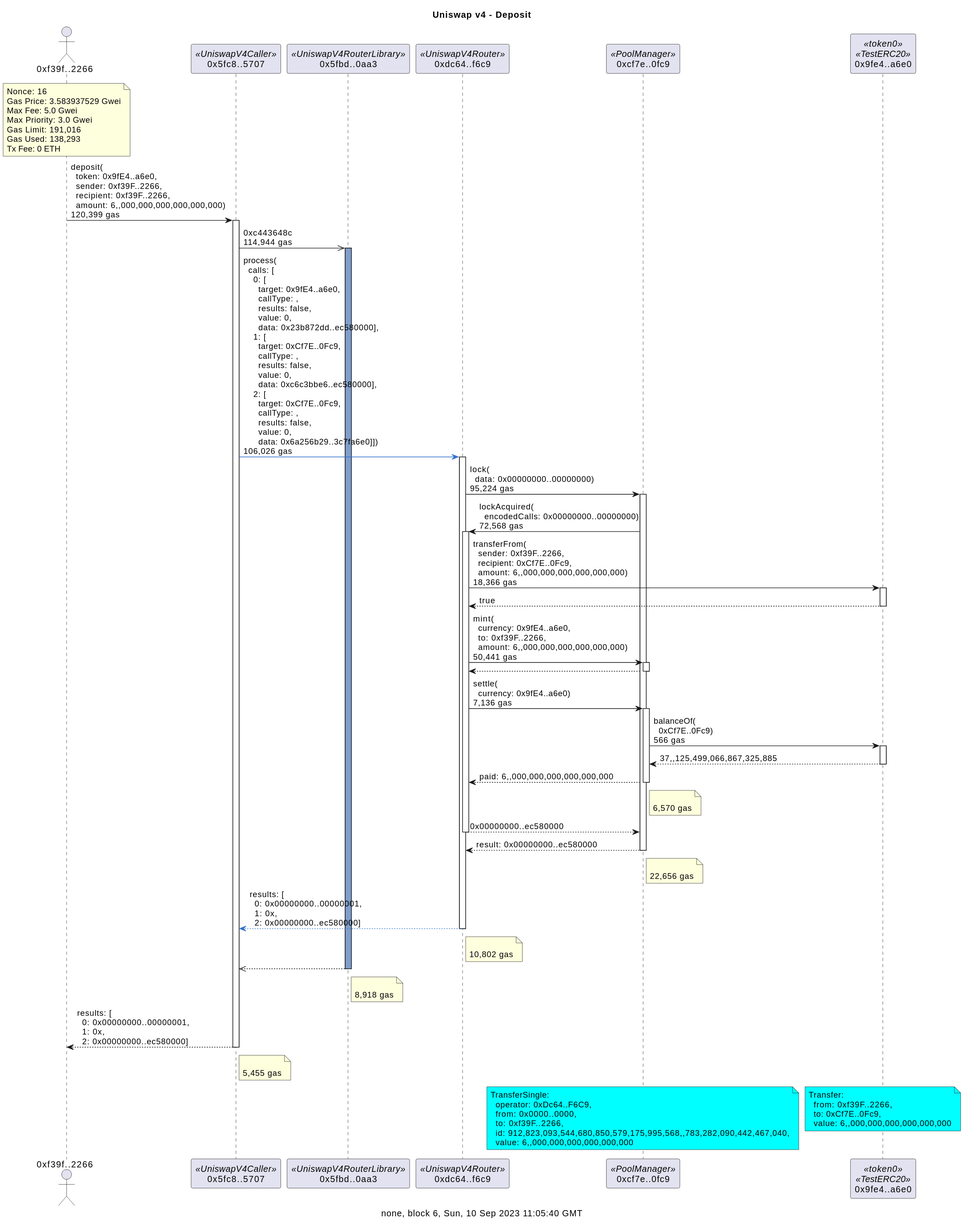
This is docs/depositDetailed.svg from naddison36/uniswap-v4-hooks, a PlantUML export, as it was before one commit. The source it was exported from:
```plantuml
@startuml
title Uniswap v4 - Deposit

caption none, block 6, Sun, 10 Sep 2023 11:05:40 GMT
actor "0xf39f..2266" as f39f2266
participant "0x5fc8..5707" as 5fc85707 <<UniswapV4Caller>>
participant "0x5fbd..0aa3" as 5fbd0aa3 <<UniswapV4RouterLibrary>>
participant "0xdc64..f6c9" as dc64f6c9 <<UniswapV4Router>>
participant "0xcf7e..0fc9" as cf7e0fc9 <<PoolManager>>
participant "0x9fe4..a6e0" as 9fe4a6e0 <<token0>><<TestERC20>>

note over f39f2266
Nonce: 16
Gas Price: 3.583937529 Gwei
Max Fee: 5.0 Gwei
Max Priority: 3.0 Gwei
Gas Limit: 191,016
Gas Used: 138,293
Tx Fee: 0 ETH
end note

f39f2266 -> 5fc85707: deposit(\n  token: 0x9fE4..a6e0,\n  sender: 0xf39F..2266,\n  recipient: 0xf39F..2266,\n  amount: 6,,000,000,000,000,000,000)\n120,399 gas
activate 5fc85707
5fc85707 ->> 5fbd0aa3: 0xc443648c\n114,944 gas
activate 5fbd0aa3 #809ECB
5fc85707 -[#3471CD]> dc64f6c9: process(\n  calls: [\n    0: [\n      target: 0x9fE4..a6e0,\n      callType: ,\n      results: false,\n      value: 0,\n      data: 0x23b872dd..ec580000],\n    1: [\n      target: 0xCf7E..0Fc9,\n      callType: ,\n      results: false,\n      value: 0,\n      data: 0xc6c3bbe6..ec580000],\n    2: [\n      target: 0xCf7E..0Fc9,\n      callType: ,\n      results: false,\n      value: 0,\n      data: 0x6a256b29..3c7fa6e0]])\n106,026 gas
activate dc64f6c9
dc64f6c9 -> cf7e0fc9: lock(\n  data: 0x00000000..00000000)\n95,224 gas
activate cf7e0fc9
cf7e0fc9 -> dc64f6c9: lockAcquired(\n  encodedCalls: 0x00000000..00000000)\n72,568 gas
activate dc64f6c9
dc64f6c9 -> 9fe4a6e0: transferFrom(\n  sender: 0xf39F..2266,\n  recipient: 0xCf7E..0Fc9,\n  amount: 6,,000,000,000,000,000,000)\n18,366 gas
activate 9fe4a6e0
return true
dc64f6c9 -> cf7e0fc9: mint(\n  currency: 0x9fE4..a6e0,\n  to: 0xf39F..2266,\n  amount: 6,,000,000,000,000,000,000)\n50,441 gas
activate cf7e0fc9
return
dc64f6c9 -> cf7e0fc9: settle(\n  currency: 0x9fE4..a6e0)\n7,136 gas
activate cf7e0fc9
cf7e0fc9 -> 9fe4a6e0: balanceOf(\n  0xCf7E..0Fc9)\n566 gas
activate 9fe4a6e0
return 37,,125,499,066,867,325,885
return paid: 6,,000,000,000,000,000,000
note right of cf7e0fc9: \n6,570 gas
return 0x00000000..ec580000
return result: 0x00000000..ec580000
note right of cf7e0fc9: \n22,656 gas
return results: [\n  0: 0x00000000..00000001,\n  1: 0x,\n  2: 0x00000000..ec580000]
note right of dc64f6c9: \n10,802 gas
return
note right of 5fbd0aa3: \n8,918 gas
return results: [\n  0: 0x00000000..00000001,\n  1: 0x,\n  2: 0x00000000..ec580000]
note right of 5fc85707: \n5,455 gas

note over cf7e0fc9 #aqua
TransferSingle:
  operator: 0xDc64..F6C9,
  from: 0x0000..0000,
  to: 0xf39F..2266,
  id: 912,823,093,544,680,850,579,175,995,568,,783,282,090,442,467,040,
  value: 6,,000,000,000,000,000,000
end note

/ note over 9fe4a6e0 #aqua
Transfer:
  from: 0xf39F..2266,
  to: 0xCf7E..0Fc9,
  value: 6,,000,000,000,000,000,000
end note
@enduml
```
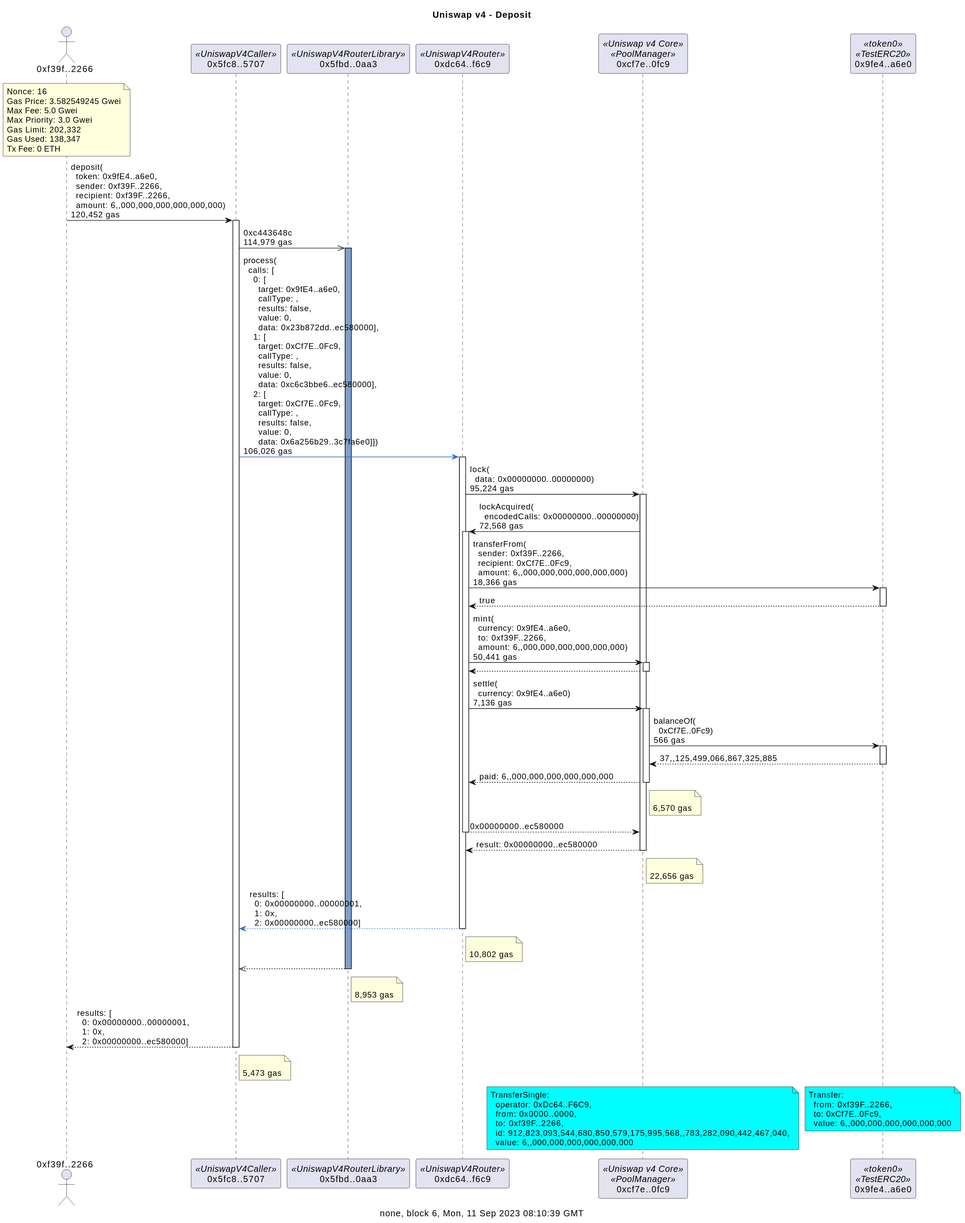
Above is the later version.

The edit, as a diff of the source:
```diff
@@ -1,27 +1,27 @@
 @startuml
 title Uniswap v4 - Deposit
 
-caption none, block 6, Sun, 10 Sep 2023 11:05:40 GMT
+caption none, block 6, Mon, 11 Sep 2023 08:10:39 GMT
 actor "0xf39f..2266" as f39f2266
 participant "0x5fc8..5707" as 5fc85707 <<UniswapV4Caller>>
 participant "0x5fbd..0aa3" as 5fbd0aa3 <<UniswapV4RouterLibrary>>
 participant "0xdc64..f6c9" as dc64f6c9 <<UniswapV4Router>>
-participant "0xcf7e..0fc9" as cf7e0fc9 <<PoolManager>>
+participant "0xcf7e..0fc9" as cf7e0fc9 <<Uniswap v4 Core>><<PoolManager>>
 participant "0x9fe4..a6e0" as 9fe4a6e0 <<token0>><<TestERC20>>
 
 note over f39f2266
 Nonce: 16
-Gas Price: 3.583937529 Gwei
+Gas Price: 3.582549245 Gwei
 Max Fee: 5.0 Gwei
 Max Priority: 3.0 Gwei
-Gas Limit: 191,016
-Gas Used: 138,293
+Gas Limit: 202,332
+Gas Used: 138,347
 Tx Fee: 0 ETH
 end note
 
-f39f2266 -> 5fc85707: deposit(\n  token: 0x9fE4..a6e0,\n  sender: 0xf39F..2266,\n  recipient: 0xf39F..2266,\n  amount: 6,,000,000,000,000,000,000)\n120,399 gas
+f39f2266 -> 5fc85707: deposit(\n  token: 0x9fE4..a6e0,\n  sender: 0xf39F..2266,\n  recipient: 0xf39F..2266,\n  amount: 6,,000,000,000,000,000,000)\n120,452 gas
 activate 5fc85707
-5fc85707 ->> 5fbd0aa3: 0xc443648c\n114,944 gas
+5fc85707 ->> 5fbd0aa3: 0xc443648c\n114,979 gas
 activate 5fbd0aa3 #809ECB
 5fc85707 -[#3471CD]> dc64f6c9: process(\n  calls: [\n    0: [\n      target: 0x9fE4..a6e0,\n      callType: ,\n      results: false,\n      value: 0,\n      data: 0x23b872dd..ec580000],\n    1: [\n      target: 0xCf7E..0Fc9,\n      callType: ,\n      results: false,\n      value: 0,\n      data: 0xc6c3bbe6..ec580000],\n    2: [\n      target: 0xCf7E..0Fc9,\n      callType: ,\n      results: false,\n      value: 0,\n      data: 0x6a256b29..3c7fa6e0]])\n106,026 gas
 activate dc64f6c9
@@ -48,9 +48,9 @@
 return results: [\n  0: 0x00000000..00000001,\n  1: 0x,\n  2: 0x00000000..ec580000]
 note right of dc64f6c9: \n10,802 gas
 return
-note right of 5fbd0aa3: \n8,918 gas
+note right of 5fbd0aa3: \n8,953 gas
 return results: [\n  0: 0x00000000..00000001,\n  1: 0x,\n  2: 0x00000000..ec580000]
-note right of 5fc85707: \n5,455 gas
+note right of 5fc85707: \n5,473 gas
 
 note over cf7e0fc9 #aqua
 TransferSingle:
```
